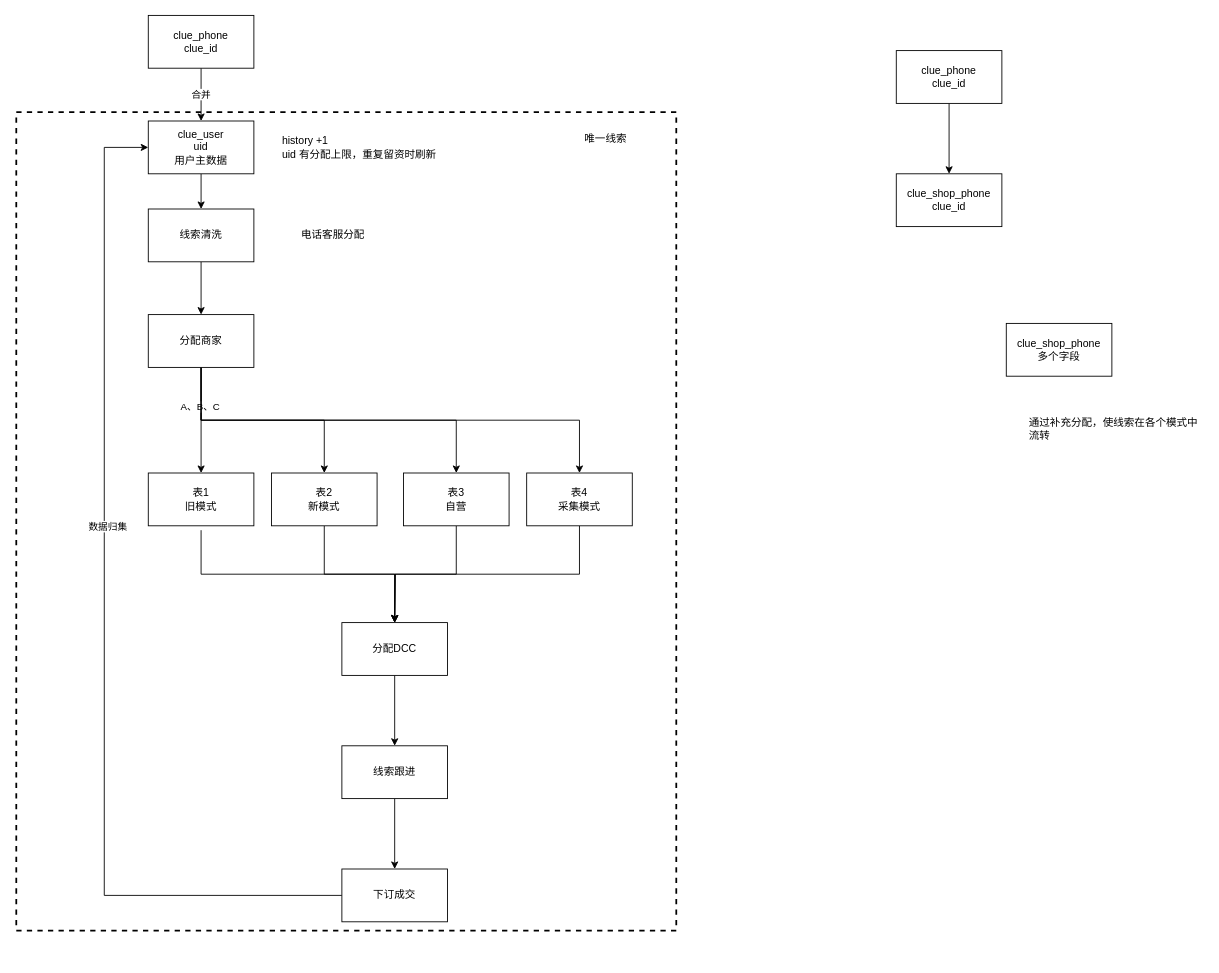
Earlier version of the draw.io diagram 线索重构.drawio (Juvic-maker/draw). Source tidied: cells renumbered, new cells numbered last; positions are measured from the earlier drawing's top-left corner, leaving out a move shared by most shapes. Both pictures are drawn from the tidied source at 88%, with x=0, y=0 at pixel (16, 15).
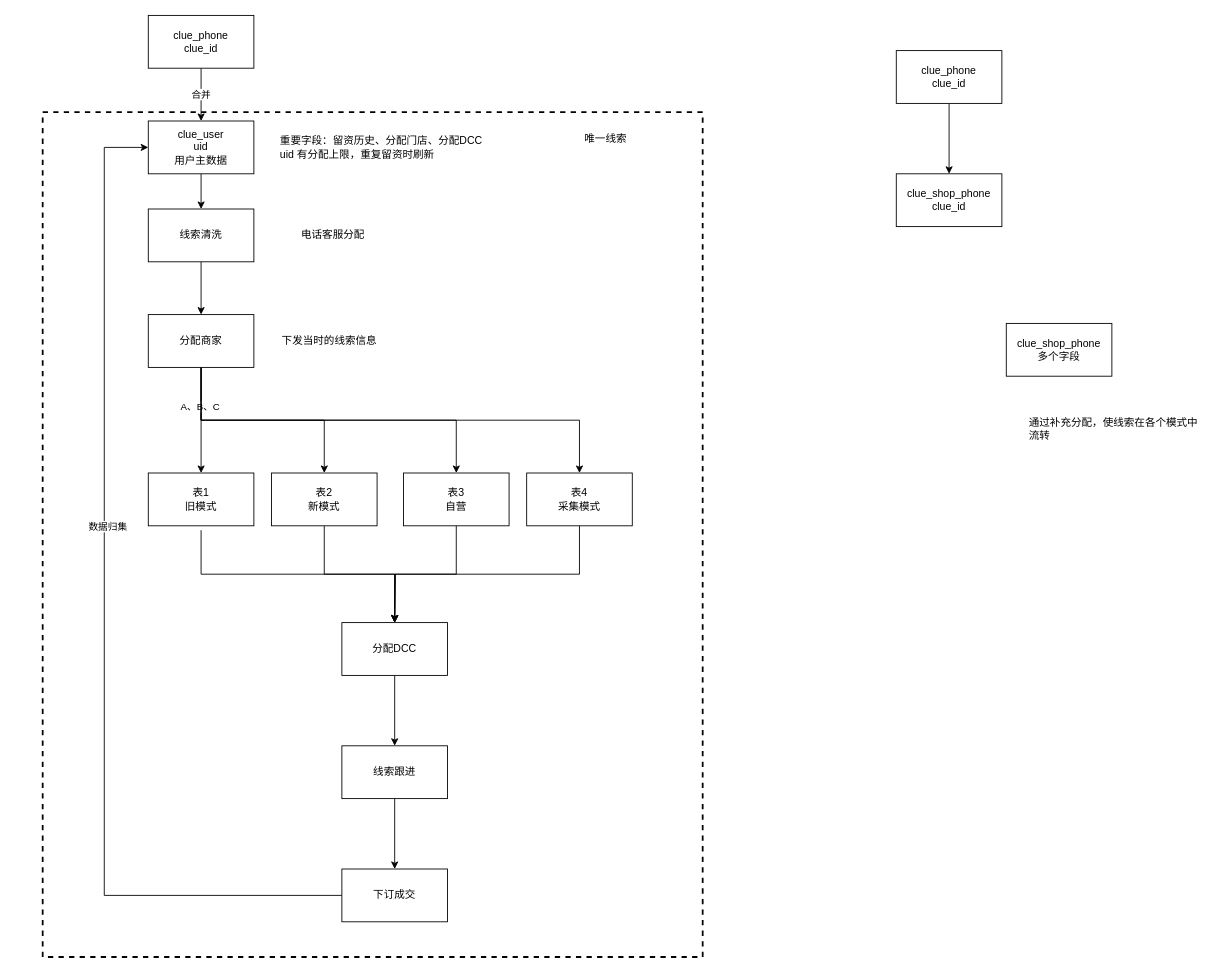
After the change.

The edit, as a diff of the source:
```diff
@@
-    <mxCell id="13" value="&lt;div style=&quot;text-align: left&quot;&gt;&lt;span&gt;history +1&lt;/span&gt;&lt;/div&gt;&lt;div style=&quot;text-align: left&quot;&gt;&lt;span&gt;uid 有分配上限，重复留资时刷新&lt;/span&gt;&lt;/div&gt;" style="text;html=1;strokeColor=none;fillColor=none;align=center;verticalAlign=middle;whiteSpace=wrap;rounded=0;" parent="1" vertex="1">
-      <mxGeometry x="290" y="130" width="200" height="40" as="geometry" />
+    <mxCell id="13" value="&lt;div style=&quot;text-align: left&quot;&gt;重要字段：留资历史、分配门店、分配DCC&lt;/div&gt;&lt;div style=&quot;text-align: left&quot;&gt;&lt;span&gt;uid 有分配上限，重复留资时刷新&lt;/span&gt;&lt;/div&gt;" style="text;html=1;strokeColor=none;fillColor=none;align=center;verticalAlign=middle;whiteSpace=wrap;rounded=0;" parent="1" vertex="1">
+      <mxGeometry x="290" y="130" width="250" height="40" as="geometry" />
     </mxCell>
@@
     <mxCell id="36" style="rounded=0;whiteSpace=wrap;html=1;dashed=1;strokeWidth=2;fillColor=none;" parent="1" vertex="1">
-      <mxGeometry y="110" width="750" height="930" as="geometry" />
+      <mxGeometry x="30" y="110" width="750" height="960" as="geometry" />
     </mxCell>
@@
+    <mxCell id="38" value="&lt;div&gt;下发当时的线索信息&lt;/div&gt;" style="text;html=1;strokeColor=none;fillColor=none;align=left;verticalAlign=middle;whiteSpace=wrap;rounded=0;" parent="1" vertex="1">
+      <mxGeometry x="300" y="350" width="250" height="40" as="geometry" />
+    </mxCell>
```
